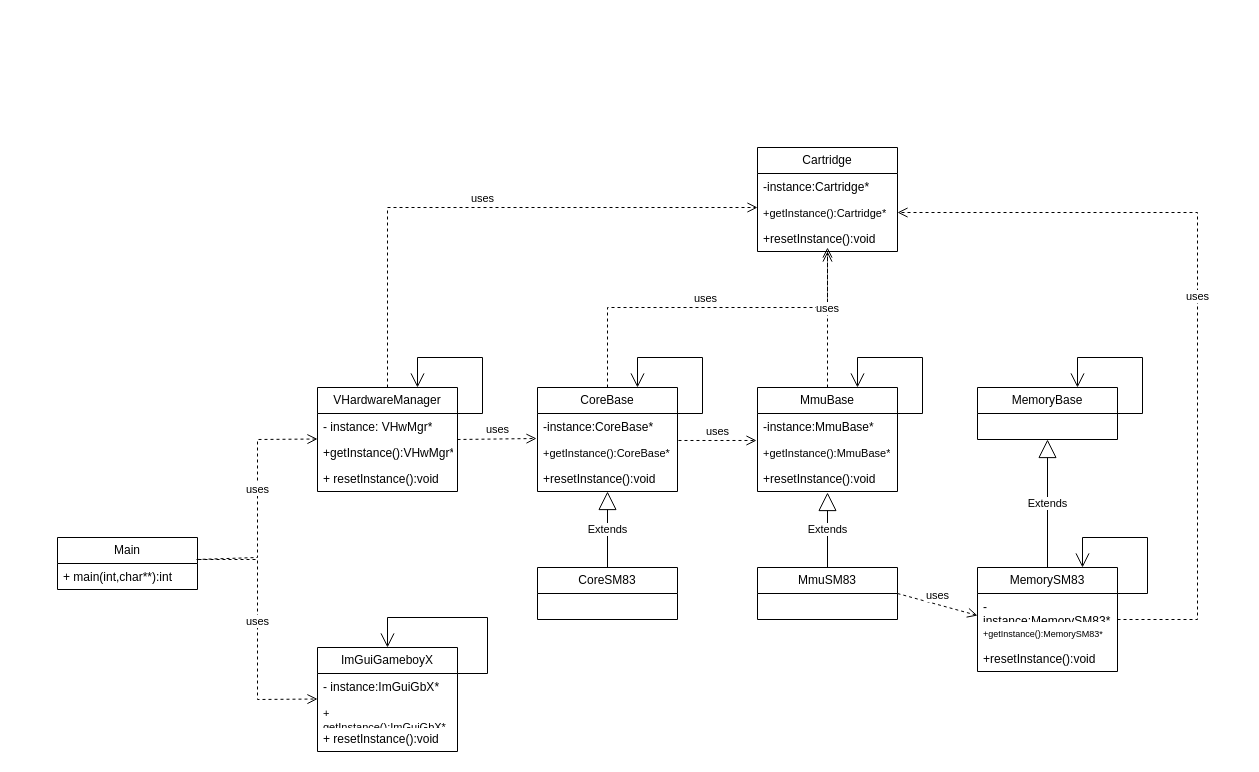
Above: docs/GameboyX.drawio in MatthewMer/gameboyx (draw.io), before the change. Source tidied: cells renumbered, new cells numbered last; positions are measured from the earlier drawing's top-left corner, leaving out a move shared by most shapes. Both pictures are drawn from the tidied source at 100%, with x=0, y=0 at pixel (57, 147).
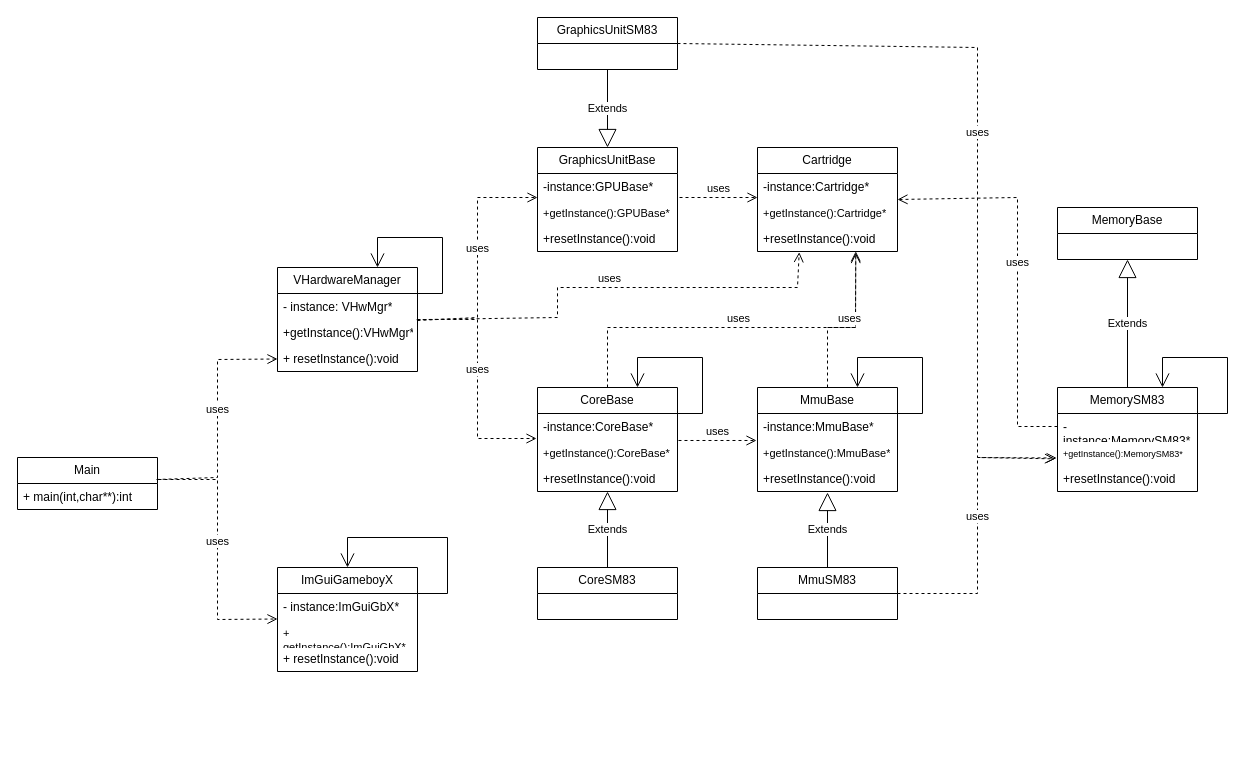
The same diagram, later.

Commit message:
added GraphicsUnit to UML diagram

Unchanged cells that the change refers to:
```xml
<mxCell id="4" value="+getInstance():VHwMgr*" style="text;strokeColor=none;fillColor=none;align=left;verticalAlign=top;spacingLeft=4;spacingRight=4;overflow=hidden;points=[[0,0.5],[1,0.5]];portConstraint=eastwest;whiteSpace=wrap;html=1;" parent="2" vertex="1">
  <mxGeometry y="52" width="140" height="26" as="geometry" />
</mxCell>
<mxCell id="6" value="&lt;div&gt;CoreBase&lt;/div&gt;" style="swimlane;fontStyle=0;horizontal=1;startSize=26;fillColor=none;whiteSpace=wrap;html=1;" parent="1" vertex="1">
  <mxGeometry x="480" y="240" width="140" height="104" as="geometry" />
</mxCell>
<mxCell id="8" value="&lt;font style=&quot;font-size: 11px;&quot;&gt;+getInstance():CoreBase*&lt;/font&gt;" style="text;strokeColor=none;fillColor=none;align=left;verticalAlign=top;spacingLeft=4;spacingRight=4;overflow=hidden;points=[[0,0.5],[1,0.5]];portConstraint=eastwest;whiteSpace=wrap;html=1;" parent="6" vertex="1">
  <mxGeometry y="52" width="140" height="26" as="geometry" />
</mxCell>
<mxCell id="10" value="MmuBase" style="swimlane;fontStyle=0;horizontal=1;startSize=26;fillColor=none;whiteSpace=wrap;html=1;" parent="1" vertex="1">
  <mxGeometry x="700" y="240" width="140" height="104" as="geometry" />
</mxCell>
<mxCell id="16" value="MmuSM83" style="swimlane;fontStyle=0;horizontal=1;startSize=26;fillColor=none;whiteSpace=wrap;html=1;" parent="1" vertex="1">
  <mxGeometry x="700" y="420" width="140" height="52" as="geometry" />
</mxCell>
<mxCell id="18" value="-instance:MemorySM83*" style="text;strokeColor=none;fillColor=none;align=left;verticalAlign=top;spacingLeft=4;spacingRight=4;overflow=hidden;points=[[0,0.5],[1,0.5]];portConstraint=eastwest;whiteSpace=wrap;html=1;" parent="17" vertex="1">
  <mxGeometry y="26" width="140" height="26" as="geometry" />
</mxCell>
<mxCell id="19" value="&lt;font style=&quot;font-size: 9px;&quot;&gt;+getInstance():MemorySM83*&lt;/font&gt;" style="text;strokeColor=none;fillColor=none;align=left;verticalAlign=top;spacingLeft=4;spacingRight=4;overflow=hidden;points=[[0,0.5],[1,0.5]];portConstraint=eastwest;whiteSpace=wrap;html=1;" parent="17" vertex="1">
  <mxGeometry y="52" width="140" height="26" as="geometry" />
</mxCell>
<mxCell id="29" value="+ main(int,char**):int" style="text;strokeColor=none;fillColor=none;align=left;verticalAlign=top;spacingLeft=4;spacingRight=4;overflow=hidden;points=[[0,0.5],[1,0.5]];portConstraint=eastwest;whiteSpace=wrap;html=1;" parent="28" vertex="1">
  <mxGeometry y="26" width="140" height="26" as="geometry" />
</mxCell>
<mxCell id="37" value="Cartridge" style="swimlane;fontStyle=0;horizontal=1;startSize=26;fillColor=none;whiteSpace=wrap;html=1;" parent="1" vertex="1">
  <mxGeometry x="700" width="140" height="104" as="geometry" />
</mxCell>
<mxCell id="39" value="&lt;font style=&quot;font-size: 11px;&quot;&gt;+getInstance():Cartridge*&lt;/font&gt;" style="text;strokeColor=none;fillColor=none;align=left;verticalAlign=top;spacingLeft=4;spacingRight=4;overflow=hidden;points=[[0,0.5],[1,0.5]];portConstraint=eastwest;whiteSpace=wrap;html=1;" parent="37" vertex="1">
  <mxGeometry y="52" width="140" height="26" as="geometry" />
</mxCell>
<mxCell id="40" value="+resetInstance():void" style="text;strokeColor=none;fillColor=none;align=left;verticalAlign=top;spacingLeft=4;spacingRight=4;overflow=hidden;points=[[0,0.5],[1,0.5]];portConstraint=eastwest;whiteSpace=wrap;html=1;" parent="37" vertex="1">
  <mxGeometry y="78" width="140" height="26" as="geometry" />
</mxCell>
```

The edit, as a diff of the source:
```diff
@@
     <mxCell id="2" value="VHardwareManager" style="swimlane;fontStyle=0;horizontal=1;startSize=26;fillColor=none;whiteSpace=wrap;html=1;" parent="1" vertex="1">
-      <mxGeometry x="260" y="240" width="140" height="104" as="geometry" />
+      <mxGeometry x="220" y="120" width="140" height="104" as="geometry" />
     </mxCell>
@@
     <mxCell id="14" value="MemoryBase" style="swimlane;fontStyle=0;horizontal=1;startSize=26;fillColor=none;whiteSpace=wrap;html=1;" parent="1" vertex="1">
-      <mxGeometry x="920" y="240" width="140" height="52" as="geometry" />
+      <mxGeometry x="1000" y="60" width="140" height="52" as="geometry" />
     </mxCell>
@@
     <mxCell id="17" value="MemorySM83" style="swimlane;fontStyle=0;horizontal=1;startSize=26;fillColor=none;whiteSpace=wrap;html=1;" parent="1" vertex="1">
-      <mxGeometry x="920" y="420" width="140" height="104" as="geometry" />
+      <mxGeometry x="1000" y="240" width="140" height="104" as="geometry" />
     </mxCell>
@@
     <mxCell id="21" value="uses" style="html=1;verticalAlign=bottom;endArrow=open;dashed=1;endSize=8;curved=0;rounded=0;entryX=-0.007;entryY=-0.038;entryDx=0;entryDy=0;exitX=1;exitY=0.5;exitDx=0;exitDy=0;entryPerimeter=0;" parent="1" edge="1" source="2" target="8">
-      <mxGeometry relative="1" as="geometry" />
+      <mxGeometry relative="1" as="geometry">
+        <Array as="points">
+          <mxPoint x="420" y="172" />
+          <mxPoint x="420" y="291" />
+        </Array>
+      </mxGeometry>
     </mxCell>
-    <mxCell id="22" value="uses" style="html=1;verticalAlign=bottom;endArrow=open;dashed=1;endSize=8;curved=0;rounded=0;entryX=0;entryY=-0.154;entryDx=0;entryDy=0;exitX=1;exitY=0.5;exitDx=0;exitDy=0;entryPerimeter=0;" parent="1" edge="1" source="16" target="19">
-      <mxGeometry relative="1" as="geometry" />
+    <mxCell id="22" value="uses" style="html=1;verticalAlign=bottom;endArrow=open;dashed=1;endSize=8;curved=0;rounded=0;entryX=-0.006;entryY=0.712;entryDx=0;entryDy=0;exitX=1;exitY=0.5;exitDx=0;exitDy=0;entryPerimeter=0;" parent="1" edge="1" source="16" target="19">
+      <mxGeometry relative="1" as="geometry">
+        <Array as="points">
+          <mxPoint x="920" y="446" />
+          <mxPoint x="920" y="310" />
+        </Array>
+      </mxGeometry>
     </mxCell>
@@
     <mxCell id="27" style="endArrow=open;endFill=1;endSize=12;html=1;rounded=0;exitX=1;exitY=0.25;exitDx=0;exitDy=0;entryX=0.75;entryY=0;entryDx=0;entryDy=0;" parent="1" edge="1" target="17">
       <mxGeometry relative="1" as="geometry">
-        <mxPoint x="1060" y="446" as="sourcePoint" />
+        <mxPoint x="1140" y="266" as="sourcePoint" />
         <Array as="points">
-          <mxPoint x="1090" y="446" />
-          <mxPoint x="1090" y="390" />
-          <mxPoint x="1025" y="390" />
+          <mxPoint x="1170" y="266" />
+          <mxPoint x="1170" y="210" />
+          <mxPoint x="1105" y="210" />
         </Array>
       </mxGeometry>
     </mxCell>
     <mxCell id="28" value="&lt;div&gt;Main&lt;/div&gt;" style="swimlane;fontStyle=0;horizontal=1;startSize=26;fillColor=none;whiteSpace=wrap;html=1;" parent="1" vertex="1">
-      <mxGeometry y="390" width="140" height="52" as="geometry" />
+      <mxGeometry x="-40" y="310" width="140" height="52" as="geometry" />
     </mxCell>
@@
     <mxCell id="30" value="ImGuiGameboyX" style="swimlane;fontStyle=0;horizontal=1;startSize=26;fillColor=none;whiteSpace=wrap;html=1;" parent="1" vertex="1">
-      <mxGeometry x="260" y="500" width="140" height="104" as="geometry" />
+      <mxGeometry x="220" y="420" width="140" height="104" as="geometry" />
     </mxCell>
@@
     <mxCell id="34" value="uses" style="html=1;verticalAlign=bottom;endArrow=open;dashed=1;endSize=8;curved=0;rounded=0;entryX=-0.007;entryY=-0.038;entryDx=0;entryDy=0;exitX=1.007;exitY=0;exitDx=0;exitDy=0;entryPerimeter=0;exitPerimeter=0;" parent="1" edge="1">
       <mxGeometry relative="1" as="geometry">
-        <mxPoint x="141" y="412" as="sourcePoint" />
-        <mxPoint x="260" y="551.5" as="targetPoint" />
+        <mxPoint x="101" y="332" as="sourcePoint" />
+        <mxPoint x="220" y="471.5" as="targetPoint" />
         <Array as="points">
-          <mxPoint x="200" y="412" />
-          <mxPoint x="200" y="552" />
+          <mxPoint x="160" y="332" />
+          <mxPoint x="160" y="472" />
         </Array>
       </mxGeometry>
     </mxCell>
     <mxCell id="35" value="uses" style="html=1;verticalAlign=bottom;endArrow=open;dashed=1;endSize=8;curved=0;rounded=0;entryX=-0.007;entryY=-0.038;entryDx=0;entryDy=0;exitX=0.993;exitY=-0.154;exitDx=0;exitDy=0;entryPerimeter=0;exitPerimeter=0;" parent="1" edge="1" source="29">
       <mxGeometry relative="1" as="geometry">
-        <mxPoint x="260" y="291.5" as="targetPoint" />
+        <mxPoint x="220" y="211.5" as="targetPoint" />
         <Array as="points">
-          <mxPoint x="200" y="410" />
-          <mxPoint x="200" y="292" />
+          <mxPoint x="160" y="330" />
+          <mxPoint x="160" y="212" />
         </Array>
       </mxGeometry>
     </mxCell>
     <mxCell id="36" style="endArrow=open;endFill=1;endSize=12;html=1;rounded=0;exitX=1;exitY=0.25;exitDx=0;exitDy=0;entryX=0.5;entryY=0;entryDx=0;entryDy=0;" parent="1" edge="1">
       <mxGeometry relative="1" as="geometry">
-        <mxPoint x="400" y="526" as="sourcePoint" />
-        <mxPoint x="330" y="500" as="targetPoint" />
+        <mxPoint x="360" y="446" as="sourcePoint" />
+        <mxPoint x="290" y="420" as="targetPoint" />
         <Array as="points">
-          <mxPoint x="430" y="526" />
-          <mxPoint x="430" y="470" />
-          <mxPoint x="330" y="470" />
+          <mxPoint x="390" y="446" />
+          <mxPoint x="390" y="390" />
+          <mxPoint x="290" y="390" />
         </Array>
       </mxGeometry>
     </mxCell>
@@
-    <mxCell id="41" style="endArrow=open;endFill=1;endSize=12;html=1;rounded=0;exitX=1;exitY=0.25;exitDx=0;exitDy=0;entryX=0.75;entryY=0;entryDx=0;entryDy=0;" parent="1" edge="1">
-      <mxGeometry relative="1" as="geometry">
-        <mxPoint x="1055" y="266" as="sourcePoint" />
-        <mxPoint x="1020" y="240" as="targetPoint" />
-        <Array as="points">
-          <mxPoint x="1085" y="266" />
-          <mxPoint x="1085" y="210" />
-          <mxPoint x="1020" y="210" />
-        </Array>
-      </mxGeometry>
-    </mxCell>
@@
     <mxCell id="44" style="endArrow=open;endFill=1;endSize=12;html=1;rounded=0;exitX=1;exitY=0.25;exitDx=0;exitDy=0;entryX=0.75;entryY=0;entryDx=0;entryDy=0;" parent="1" edge="1">
       <mxGeometry relative="1" as="geometry">
-        <mxPoint x="395" y="266" as="sourcePoint" />
-        <mxPoint x="360" y="240" as="targetPoint" />
+        <mxPoint x="355" y="146" as="sourcePoint" />
+        <mxPoint x="320" y="120" as="targetPoint" />
         <Array as="points">
-          <mxPoint x="425" y="266" />
-          <mxPoint x="425" y="210" />
-          <mxPoint x="360" y="210" />
+          <mxPoint x="385" y="146" />
+          <mxPoint x="385" y="90" />
+          <mxPoint x="320" y="90" />
         </Array>
       </mxGeometry>
     </mxCell>
-    <mxCell id="45" value="uses" style="html=1;verticalAlign=bottom;endArrow=open;dashed=1;endSize=8;curved=0;rounded=0;entryX=0.5;entryY=1;entryDx=0;entryDy=0;exitX=0.5;exitY=0;exitDx=0;exitDy=0;" parent="1" edge="1" source="6" target="37">
+    <mxCell id="45" value="uses" style="html=1;verticalAlign=bottom;endArrow=open;dashed=1;endSize=8;curved=0;rounded=0;exitX=0.5;exitY=0;exitDx=0;exitDy=0;entryX=0.702;entryY=1.058;entryDx=0;entryDy=0;entryPerimeter=0;" parent="1" edge="1" source="6" target="40">
       <mxGeometry relative="1" as="geometry">
         <Array as="points">
-          <mxPoint x="550" y="160" />
-          <mxPoint x="770" y="160" />
+          <mxPoint x="550" y="180" />
+          <mxPoint x="798" y="180" />
         </Array>
       </mxGeometry>
     </mxCell>
-    <mxCell id="46" value="uses" style="html=1;verticalAlign=bottom;endArrow=open;dashed=1;endSize=8;curved=0;rounded=0;exitX=0.5;exitY=0;exitDx=0;exitDy=0;" parent="1" edge="1" source="10">
+    <mxCell id="46" value="uses" style="html=1;verticalAlign=bottom;endArrow=open;dashed=1;endSize=8;curved=0;rounded=0;exitX=0.5;exitY=0;exitDx=0;exitDy=0;entryX=0.702;entryY=0.994;entryDx=0;entryDy=0;entryPerimeter=0;" parent="1" edge="1" source="10" target="40">
       <mxGeometry relative="1" as="geometry">
-        <mxPoint x="770" y="100" as="targetPoint" />
+        <Array as="points">
+          <mxPoint x="770" y="180" />
+          <mxPoint x="798" y="180" />
+        </Array>
       </mxGeometry>
     </mxCell>
-    <mxCell id="47" value="uses" style="html=1;verticalAlign=bottom;endArrow=open;dashed=1;endSize=8;curved=0;rounded=0;exitX=0.5;exitY=0;exitDx=0;exitDy=0;" parent="1" edge="1" source="2">
-      <mxGeometry relative="1" as="geometry">
-        <mxPoint x="700" y="60" as="targetPoint" />
-        <Array as="points">
-          <mxPoint x="330" y="60" />
-        </Array>
-      </mxGeometry>
-    </mxCell>
-    <mxCell id="48" value="uses" style="html=1;verticalAlign=bottom;endArrow=open;dashed=1;endSize=8;curved=0;rounded=0;exitX=1;exitY=0.5;exitDx=0;exitDy=0;entryX=1;entryY=0.5;entryDx=0;entryDy=0;" parent="1" edge="1" source="17" target="39">
-      <mxGeometry relative="1" as="geometry">
-        <Array as="points">
-          <mxPoint x="1140" y="472" />
-          <mxPoint x="1140" y="65" />
-        </Array>
-      </mxGeometry>
-    </mxCell>
+    <mxCell id="49" value="GraphicsUnitBase" style="swimlane;fontStyle=0;horizontal=1;startSize=26;fillColor=none;whiteSpace=wrap;html=1;" parent="1" vertex="1">
+      <mxGeometry x="480" width="140" height="104" as="geometry" />
+    </mxCell>
+    <mxCell id="50" value="-instance:GPUBase*" style="text;strokeColor=none;fillColor=none;align=left;verticalAlign=top;spacingLeft=4;spacingRight=4;overflow=hidden;whiteSpace=wrap;html=1;" parent="49" vertex="1">
+      <mxGeometry y="26" width="140" height="26" as="geometry" />
+    </mxCell>
+    <mxCell id="51" value="&lt;font style=&quot;font-size: 11px;&quot;&gt;+getInstance():GPUBase*&lt;/font&gt;" style="text;strokeColor=none;fillColor=none;align=left;verticalAlign=top;spacingLeft=4;spacingRight=4;overflow=hidden;points=[[0,0.5],[1,0.5]];portConstraint=eastwest;whiteSpace=wrap;html=1;" parent="49" vertex="1">
+      <mxGeometry y="52" width="140" height="26" as="geometry" />
+    </mxCell>
+    <mxCell id="52" value="+resetInstance():void" style="text;strokeColor=none;fillColor=none;align=left;verticalAlign=top;spacingLeft=4;spacingRight=4;overflow=hidden;whiteSpace=wrap;html=1;" parent="49" vertex="1">
+      <mxGeometry y="78" width="140" height="26" as="geometry" />
+    </mxCell>
+    <mxCell id="53" value="uses" style="html=1;verticalAlign=bottom;endArrow=open;dashed=1;endSize=8;curved=0;rounded=0;entryX=0;entryY=-0.077;entryDx=0;entryDy=0;exitX=1;exitY=0.038;exitDx=0;exitDy=0;entryPerimeter=0;exitPerimeter=0;" parent="1" edge="1" source="4" target="51">
+      <mxGeometry relative="1" as="geometry">
+        <Array as="points">
+          <mxPoint x="420" y="170" />
+          <mxPoint x="420" y="50" />
+        </Array>
+      </mxGeometry>
+    </mxCell>
+    <mxCell id="54" value="uses" style="html=1;verticalAlign=bottom;endArrow=open;dashed=1;endSize=8;curved=0;rounded=0;entryX=-0.007;entryY=0.038;entryDx=0;entryDy=0;exitX=1.007;exitY=0.038;exitDx=0;exitDy=0;entryPerimeter=0;exitPerimeter=0;" parent="1" edge="1">
+      <mxGeometry relative="1" as="geometry">
+        <mxPoint x="622" y="50" as="sourcePoint" />
+        <mxPoint x="700" y="50" as="targetPoint" />
+      </mxGeometry>
+    </mxCell>
+    <mxCell id="55" value="uses" style="html=1;verticalAlign=bottom;endArrow=open;dashed=1;endSize=8;curved=0;rounded=0;exitX=0.994;exitY=0.006;exitDx=0;exitDy=0;exitPerimeter=0;entryX=0.298;entryY=1.026;entryDx=0;entryDy=0;entryPerimeter=0;" parent="1" edge="1" source="4" target="40">
+      <mxGeometry relative="1" as="geometry">
+        <Array as="points">
+          <mxPoint x="500" y="170" />
+          <mxPoint x="500" y="140" />
+          <mxPoint x="740" y="140" />
+        </Array>
+      </mxGeometry>
+    </mxCell>
+    <mxCell id="56" value="GraphicsUnitSM83" style="swimlane;fontStyle=0;horizontal=1;startSize=26;fillColor=none;whiteSpace=wrap;html=1;" parent="1" vertex="1">
+      <mxGeometry x="480" y="-130" width="140" height="52" as="geometry" />
+    </mxCell>
+    <mxCell id="57" value="Extends" style="endArrow=block;endSize=16;endFill=0;html=1;rounded=0;entryX=0.5;entryY=0;entryDx=0;entryDy=0;exitX=0.5;exitY=1;exitDx=0;exitDy=0;" parent="1" edge="1" source="56" target="49">
+      <mxGeometry relative="1" as="geometry" />
+    </mxCell>
+    <mxCell id="58" value="uses" style="html=1;verticalAlign=bottom;endArrow=open;dashed=1;endSize=8;curved=0;rounded=0;entryX=-0.018;entryY=0.744;entryDx=0;entryDy=0;exitX=1;exitY=0.5;exitDx=0;exitDy=0;entryPerimeter=0;" parent="1" edge="1" source="56" target="19">
+      <mxGeometry relative="1" as="geometry">
+        <Array as="points">
+          <mxPoint x="920" y="-100" />
+          <mxPoint x="920" y="310" />
+        </Array>
+      </mxGeometry>
+    </mxCell>
+    <mxCell id="59" value="uses" style="html=1;verticalAlign=bottom;endArrow=open;dashed=1;endSize=8;curved=0;rounded=0;exitX=0;exitY=0.5;exitDx=0;exitDy=0;entryX=1;entryY=0.5;entryDx=0;entryDy=0;" parent="1" edge="1" source="18" target="37">
+      <mxGeometry relative="1" as="geometry">
+        <Array as="points">
+          <mxPoint x="960" y="279" />
+          <mxPoint x="960" y="50" />
+        </Array>
+      </mxGeometry>
+    </mxCell>
```
